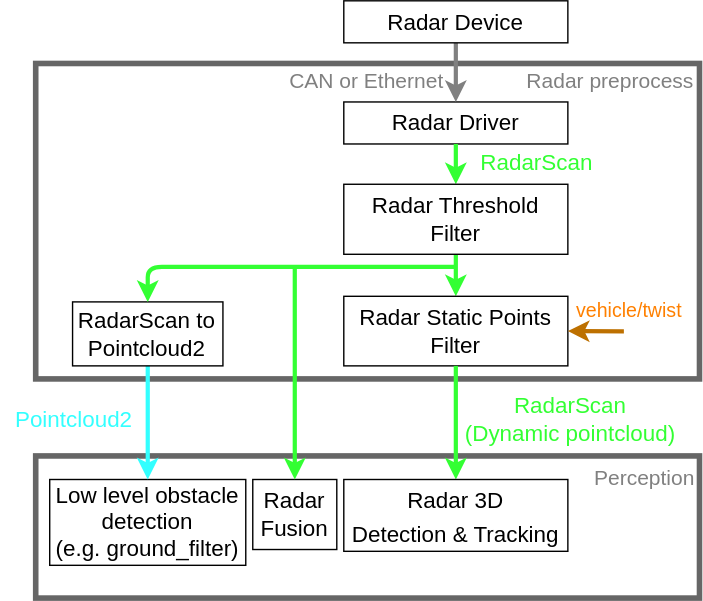
Earlier version of the draw.io export sensing/figure/radar_sensing.drawio.svg (scepter914/autoware-architecture-proposal). Source tidied: cells renumbered, new cells last; positions are measured from the earlier drawing's top-left corner, leaving out a move shared by most shapes.
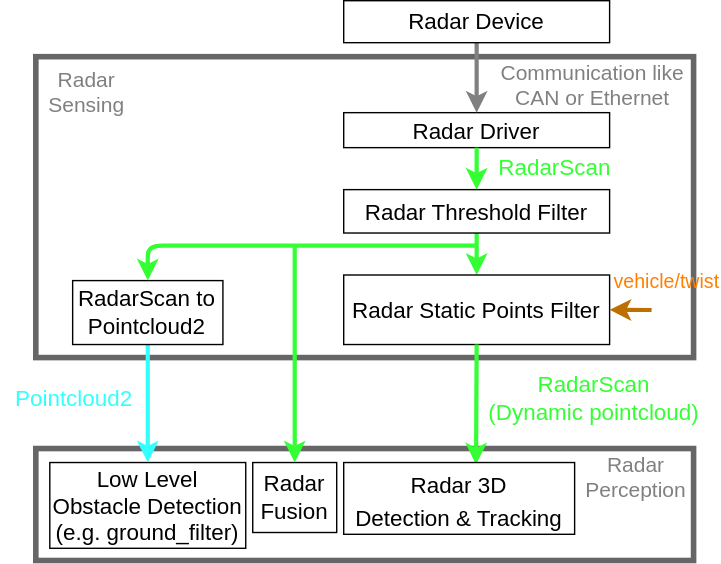
The same file after the commit.

Diff of the diagram source:
```diff
@@ -3,87 +3,87 @@
     <mxCell id="0" />
     <mxCell id="1" parent="0" />
     <mxCell id="2" style="rounded=0;whiteSpace=wrap;html=1;fontSize=16;fontColor=#007FFF;strokeColor=#666666;strokeWidth=4;fillColor=none;" parent="1" vertex="1">
-      <mxGeometry x="25" y="325" width="474" height="101.5" as="geometry" />
+      <mxGeometry x="35" y="335" width="470" height="80" as="geometry" />
     </mxCell>
     <mxCell id="3" style="rounded=0;whiteSpace=wrap;html=1;fontSize=16;fontColor=#007FFF;strokeColor=#666666;strokeWidth=4;fillColor=none;" parent="1" vertex="1">
-      <mxGeometry x="25" y="44.8" width="474" height="225.2" as="geometry" />
+      <mxGeometry x="35" y="55" width="470" height="215" as="geometry" />
     </mxCell>
     <mxCell id="4" value="&lt;font&gt;&lt;font style=&quot;font-size: 16px&quot;&gt;Radar Driver&lt;/font&gt;&lt;br&gt;&lt;/font&gt;" style="rounded=0;whiteSpace=wrap;html=1;" parent="1" vertex="1">
-      <mxGeometry x="245" y="72.2" width="160" height="30" as="geometry" />
+      <mxGeometry x="255" y="95" width="190" height="25" as="geometry" />
     </mxCell>
     <mxCell id="5" style="endArrow=classic;html=1;entryX=0.5;entryY=0;entryDx=0;entryDy=0;strokeWidth=3;shadow=0;fillColor=#60a917;strokeColor=#808080;exitX=0.5;exitY=1;exitDx=0;exitDy=0;" parent="1" edge="1" source="17" target="4">
       <mxGeometry relative="1" as="geometry" />
     </mxCell>
-    <mxCell id="6" value="&lt;font&gt;&lt;font color=&quot;#808080&quot; style=&quot;font-size: 15px&quot;&gt;CAN or Ethernet&lt;/font&gt;&lt;br&gt;&lt;/font&gt;" style="text;html=1;strokeColor=none;fillColor=none;align=center;verticalAlign=middle;whiteSpace=wrap;rounded=0;fontSize=15;" parent="1" vertex="1">
-      <mxGeometry x="200" y="42.2" width="122.6" height="30" as="geometry" />
+    <mxCell id="6" value="&lt;font&gt;&lt;font color=&quot;#808080&quot; style=&quot;font-size: 15px&quot;&gt;Communication like CAN or Ethernet&lt;/font&gt;&lt;br&gt;&lt;/font&gt;" style="text;html=1;strokeColor=none;fillColor=none;align=center;verticalAlign=middle;whiteSpace=wrap;rounded=0;fontSize=15;" parent="1" vertex="1">
+      <mxGeometry x="353.7" y="60" width="157.6" height="30" as="geometry" />
     </mxCell>
     <mxCell id="7" style="endArrow=classic;html=1;strokeWidth=3;exitX=0.5;exitY=1;exitDx=0;exitDy=0;fillColor=#60a917;strokeColor=#33FF33;entryX=0.5;entryY=0;entryDx=0;entryDy=0;" parent="1" edge="1" source="12" target="8">
       <mxGeometry relative="1" as="geometry" />
     </mxCell>
     <mxCell id="8" value="&lt;font&gt;&lt;font style=&quot;font-size: 16px&quot;&gt;Radar Static Points Filter&lt;/font&gt;&lt;br&gt;&lt;/font&gt;" style="rounded=0;whiteSpace=wrap;html=1;" parent="1" vertex="1">
-      <mxGeometry x="245" y="211" width="160" height="49.7" as="geometry" />
+      <mxGeometry x="255" y="211" width="190" height="49.7" as="geometry" />
     </mxCell>
     <mxCell id="9" style="endArrow=classic;html=1;strokeWidth=3;exitX=0.5;exitY=1;exitDx=0;exitDy=0;fillColor=#60a917;strokeColor=#33FF33;entryX=0.5;entryY=0;entryDx=0;entryDy=0;" parent="1" edge="1" source="4" target="12">
       <mxGeometry relative="1" as="geometry" />
     </mxCell>
     <mxCell id="10" style="endArrow=classic;html=1;strokeWidth=3;fillColor=#f0a30a;strokeColor=#BD7000;entryX=1;entryY=0.5;entryDx=0;entryDy=0;" parent="1" edge="1" target="8">
       <mxGeometry relative="1" as="geometry">
-        <mxPoint x="445" y="236" as="sourcePoint" />
+        <mxPoint x="475" y="236" as="sourcePoint" />
       </mxGeometry>
     </mxCell>
     <mxCell id="11" value="&lt;font style=&quot;font-size: 14px&quot;&gt;&lt;font color=&quot;#ff8000&quot;&gt;vehicle/twist&lt;/font&gt;&lt;br&gt;&lt;/font&gt;" style="text;html=1;strokeColor=none;fillColor=none;align=center;verticalAlign=middle;whiteSpace=wrap;rounded=0;fontSize=15;" parent="1" vertex="1">
-      <mxGeometry x="424" y="205" width="50" height="30" as="geometry" />
+      <mxGeometry x="461.4" y="200" width="50" height="30" as="geometry" />
     </mxCell>
     <mxCell id="12" value="&lt;font&gt;&lt;font style=&quot;font-size: 16px&quot;&gt;Radar Threshold Filter&lt;/font&gt;&lt;br&gt;&lt;/font&gt;" style="rounded=0;whiteSpace=wrap;html=1;" parent="1" vertex="1">
-      <mxGeometry x="245" y="131" width="160" height="50" as="geometry" />
+      <mxGeometry x="255" y="150" width="190" height="31" as="geometry" />
     </mxCell>
     <mxCell id="13" value="&lt;font style=&quot;font-size: 16px&quot;&gt;&lt;font style=&quot;font-size: 16px&quot; color=&quot;#33ff33&quot;&gt;RadarScan&lt;/font&gt;&lt;br&gt;&lt;/font&gt;" style="text;html=1;strokeColor=none;fillColor=none;align=center;verticalAlign=middle;whiteSpace=wrap;rounded=0;fontSize=15;" parent="1" vertex="1">
-      <mxGeometry x="327.5" y="106" width="110" height="18" as="geometry" />
+      <mxGeometry x="351.4" y="125" width="110" height="18" as="geometry" />
     </mxCell>
-    <mxCell id="14" value="&lt;font&gt;&lt;font color=&quot;#808080&quot; style=&quot;font-size: 15px&quot;&gt;Radar preprocess&lt;/font&gt;&lt;br&gt;&lt;/font&gt;" style="text;html=1;strokeColor=none;fillColor=none;align=center;verticalAlign=middle;whiteSpace=wrap;rounded=0;fontSize=15;" parent="1" vertex="1">
-      <mxGeometry x="374" y="42.2" width="122.6" height="30" as="geometry" />
+    <mxCell id="14" value="&lt;font&gt;&lt;font color=&quot;#808080&quot; style=&quot;font-size: 15px&quot;&gt;Radar&lt;br&gt;&amp;nbsp;Sensing&lt;/font&gt;&lt;br&gt;&lt;/font&gt;" style="text;html=1;strokeColor=none;fillColor=none;align=center;verticalAlign=middle;whiteSpace=wrap;rounded=0;fontSize=15;" parent="1" vertex="1">
+      <mxGeometry x="10" y="65" width="122.6" height="30" as="geometry" />
     </mxCell>
-    <mxCell id="15" style="endArrow=classic;html=1;strokeWidth=3;exitX=0.5;exitY=1;exitDx=0;exitDy=0;fillColor=#60a917;strokeColor=#33FF33;entryX=0.5;entryY=0;entryDx=0;entryDy=0;" parent="1" edge="1" source="8" target="16">
+    <mxCell id="15" style="endArrow=classic;html=1;strokeWidth=3;exitX=0.5;exitY=1;exitDx=0;exitDy=0;fillColor=#60a917;strokeColor=#33FF33;entryX=0.573;entryY=0.026;entryDx=0;entryDy=0;entryPerimeter=0;" parent="1" edge="1" source="8" target="16">
       <mxGeometry relative="1" as="geometry" />
     </mxCell>
     <mxCell id="16" value="&lt;font style=&quot;font-size: 20px&quot;&gt;&lt;span style=&quot;font-size: 16px&quot;&gt;Radar 3D &lt;br&gt;Detection &amp;amp; Tracking&lt;/span&gt;&lt;br&gt;&lt;/font&gt;" style="rounded=0;whiteSpace=wrap;html=1;" parent="1" vertex="1">
-      <mxGeometry x="245" y="341.8" width="160" height="51.3" as="geometry" />
+      <mxGeometry x="255" y="345" width="165" height="51.3" as="geometry" />
     </mxCell>
     <mxCell id="17" value="&lt;font&gt;&lt;font style=&quot;font-size: 16px&quot;&gt;Radar Device&lt;/font&gt;&lt;br&gt;&lt;/font&gt;" style="rounded=0;whiteSpace=wrap;html=1;" parent="1" vertex="1">
-      <mxGeometry x="245" width="160" height="30" as="geometry" />
+      <mxGeometry x="255" y="15" width="190" height="30" as="geometry" />
     </mxCell>
     <mxCell id="18" value="&lt;font style=&quot;font-size: 16px&quot;&gt;&lt;font style=&quot;font-size: 16px&quot; color=&quot;#33ff33&quot;&gt;RadarScan&lt;br&gt;(Dynamic pointcloud)&lt;/font&gt;&lt;br&gt;&lt;/font&gt;" style="text;html=1;strokeColor=none;fillColor=none;align=center;verticalAlign=middle;whiteSpace=wrap;rounded=0;fontSize=15;" parent="1" vertex="1">
-      <mxGeometry x="327.5" y="277.2" width="157.5" height="43" as="geometry" />
+      <mxGeometry x="355" y="277.2" width="157.5" height="43" as="geometry" />
     </mxCell>
     <mxCell id="19" value="&lt;font&gt;&lt;font style=&quot;font-size: 16px&quot;&gt;Radar&lt;br&gt;Fusion&lt;/font&gt;&lt;br&gt;&lt;/font&gt;" style="rounded=0;whiteSpace=wrap;html=1;" parent="1" vertex="1">
-      <mxGeometry x="180" y="341.8" width="60" height="50" as="geometry" />
+      <mxGeometry x="190" y="345" width="60" height="50" as="geometry" />
     </mxCell>
-    <mxCell id="20" value="&lt;font&gt;&lt;font color=&quot;#808080&quot;&gt;Perception&lt;/font&gt;&lt;br&gt;&lt;/font&gt;" style="text;html=1;strokeColor=none;fillColor=none;align=center;verticalAlign=middle;whiteSpace=wrap;rounded=0;fontSize=15;" parent="1" vertex="1">
-      <mxGeometry x="421.4" y="325" width="77.6" height="30" as="geometry" />
+    <mxCell id="20" value="&lt;font&gt;&lt;font color=&quot;#808080&quot;&gt;Radar&lt;br&gt;Perception&lt;/font&gt;&lt;br&gt;&lt;/font&gt;" style="text;html=1;strokeColor=none;fillColor=none;align=center;verticalAlign=middle;whiteSpace=wrap;rounded=0;fontSize=15;" parent="1" vertex="1">
+      <mxGeometry x="425" y="340" width="77.6" height="30" as="geometry" />
     </mxCell>
-    <mxCell id="21" value="&lt;font style=&quot;font-size: 16px&quot;&gt;&lt;span&gt;Low level obstacle detection&lt;br&gt;&lt;/span&gt;&lt;span&gt;(e.g. ground_filter)&lt;/span&gt;&lt;br&gt;&lt;/font&gt;" style="rounded=0;whiteSpace=wrap;html=1;" parent="1" vertex="1">
-      <mxGeometry x="35" y="341.8" width="140" height="61.3" as="geometry" />
+    <mxCell id="21" value="&lt;font style=&quot;font-size: 16px&quot;&gt;&lt;span&gt;Low Level Obstacle Detection&lt;br&gt;&lt;/span&gt;&lt;span&gt;(e.g. ground_filter)&lt;/span&gt;&lt;br&gt;&lt;/font&gt;" style="rounded=0;whiteSpace=wrap;html=1;" parent="1" vertex="1">
+      <mxGeometry x="45" y="345" width="140" height="61.3" as="geometry" />
     </mxCell>
     <mxCell id="22" style="endArrow=classic;html=1;strokeWidth=3;exitX=0.5;exitY=1;exitDx=0;exitDy=0;fillColor=#60a917;strokeColor=#33FFFF;entryX=0.5;entryY=0;entryDx=0;entryDy=0;" parent="1" edge="1" source="23" target="21">
       <mxGeometry relative="1" as="geometry" />
     </mxCell>
     <mxCell id="23" value="&lt;font&gt;&lt;font style=&quot;font-size: 16px&quot;&gt;RadarScan to Pointcloud2&lt;/font&gt;&lt;br&gt;&lt;/font&gt;" style="rounded=0;whiteSpace=wrap;html=1;" parent="1" vertex="1">
-      <mxGeometry x="51.3" y="215" width="107.4" height="45.7" as="geometry" />
+      <mxGeometry x="61.3" y="215" width="107.4" height="45.7" as="geometry" />
     </mxCell>
     <mxCell id="24" value="&lt;font style=&quot;font-size: 16px&quot;&gt;&lt;font color=&quot;#33ffff&quot;&gt;&lt;font style=&quot;font-size: 16px&quot;&gt;Pointcloud2&lt;/font&gt;&lt;/font&gt;&lt;br&gt;&lt;/font&gt;" style="text;html=1;strokeColor=none;fillColor=none;align=center;verticalAlign=middle;whiteSpace=wrap;rounded=0;fontSize=15;" parent="1" vertex="1">
-      <mxGeometry y="285" width="105" height="27.5" as="geometry" />
+      <mxGeometry x="10" y="285" width="105" height="27.5" as="geometry" />
     </mxCell>
     <mxCell id="25" style="endArrow=classic;html=1;strokeWidth=3;fillColor=#60a917;strokeColor=#33FF33;entryX=0.5;entryY=0;entryDx=0;entryDy=0;" parent="1" edge="1" target="23">
       <mxGeometry relative="1" as="geometry">
-        <mxPoint x="325" y="190" as="sourcePoint" />
+        <mxPoint x="350" y="190" as="sourcePoint" />
         <Array as="points">
-          <mxPoint x="105" y="190" />
+          <mxPoint x="115" y="190" />
         </Array>
       </mxGeometry>
     </mxCell>
     <mxCell id="26" style="endArrow=classic;html=1;strokeWidth=3;fillColor=#60a917;strokeColor=#33FF33;entryX=0.5;entryY=0;entryDx=0;entryDy=0;" parent="1" edge="1" target="19">
       <mxGeometry relative="1" as="geometry">
-        <mxPoint x="210" y="190" as="sourcePoint" />
+        <mxPoint x="220" y="190" as="sourcePoint" />
       </mxGeometry>
     </mxCell>
   </root>
```
